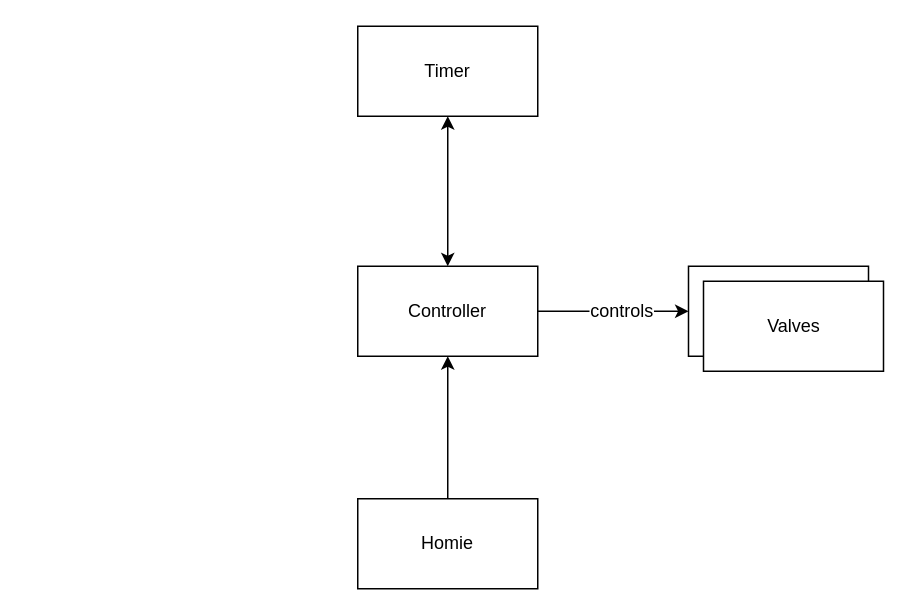
Earlier version of the draw.io diagram drawio/system.drawio (lutzb91/espirrigation). Source tidied: cells renumbered, new cells numbered last; positions are measured from the earlier drawing's top-left corner, leaving out a move shared by most shapes. Both pictures are drawn from the tidied source at 150%, with x=0, y=0 at pixel (357, 26).
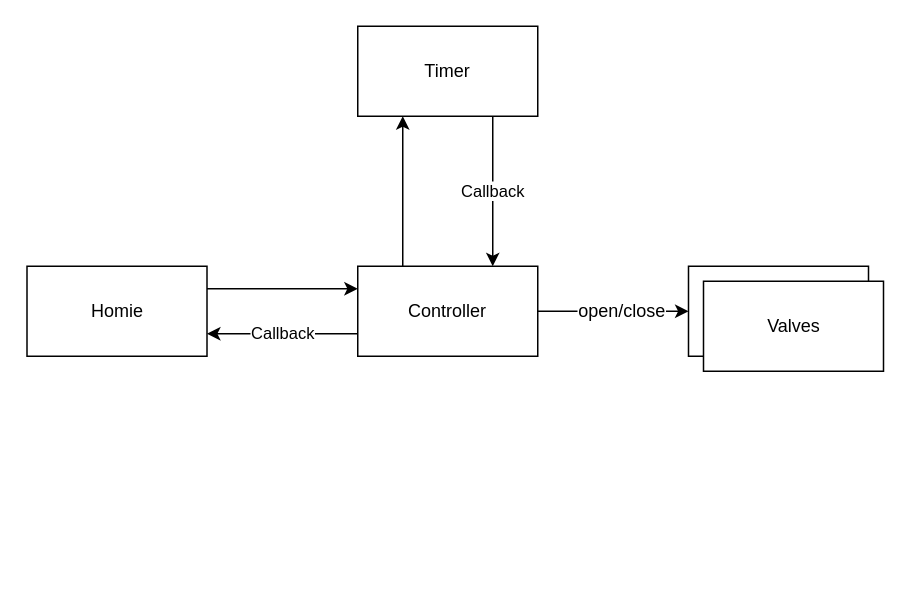
The same page after the edit.

Diff of the diagram source:
```diff
@@
 <mxGraphModel>
   <root>
     <mxCell id="0" />
     <mxCell id="1" parent="0" />
     <mxCell id="2" style="group;" parent="1" vertex="1">
       <mxGeometry x="220.5" y="160" width="130" height="70" as="geometry" />
     </mxCell>
     <mxCell id="3" value="Valves" style="rounded=0;whiteSpace=wrap;html=1;" parent="2" vertex="1">
       <mxGeometry width="120" height="60" as="geometry" />
     </mxCell>
     <mxCell id="4" value="Valves" style="rounded=0;whiteSpace=wrap;html=1;" parent="2" vertex="1">
       <mxGeometry x="10" y="10" width="120" height="60" as="geometry" />
     </mxCell>
     <mxCell id="5" style="rounded=0;jettySize=auto;html=1;entryX=0;entryY=0.5;entryDx=0;entryDy=0;" parent="1" edge="1" source="8" target="3">
       <mxGeometry relative="1" as="geometry" />
     </mxCell>
-    <mxCell id="6" value="controls&lt;br&gt;" style="text;html=1;align=center;verticalAlign=middle;labelBackgroundColor=#ffffff;" parent="5" vertex="1">
+    <mxCell id="6" value="open/close&lt;br&gt;" style="text;html=1;align=center;verticalAlign=middle;labelBackgroundColor=#ffffff;" parent="5" vertex="1">
       <mxGeometry x="0.1" y="1" relative="1" as="geometry" />
     </mxCell>
-    <mxCell id="7" style="edgeStyle=none;rounded=0;jettySize=auto;html=1;exitX=0.5;exitY=0;exitDx=0;exitDy=0;entryX=0.5;entryY=1;entryDx=0;entryDy=0;startArrow=classic;startFill=1;" parent="1" edge="1" source="8" target="11">
+    <mxCell id="7" style="edgeStyle=orthogonalEdgeStyle;rounded=0;jettySize=auto;html=1;exitX=0.25;exitY=0;exitDx=0;exitDy=0;entryX=0.25;entryY=1;entryDx=0;entryDy=0;startArrow=none;startFill=0;" parent="1" edge="1" source="8" target="11">
       <mxGeometry relative="1" as="geometry" />
     </mxCell>
+    <mxCell id="12" value="Callback" style="edgeStyle=orthogonalEdgeStyle;rounded=0;jettySize=auto;html=1;exitX=0;exitY=0.75;exitDx=0;exitDy=0;entryX=1;entryY=0.75;entryDx=0;entryDy=0;startArrow=none;startFill=0;" parent="1" edge="1" source="8" target="10">
+      <mxGeometry relative="1" as="geometry" />
+    </mxCell>
     <mxCell id="8" value="Controller&lt;br&gt;" style="rounded=0;whiteSpace=wrap;html=1;" parent="1" vertex="1">
       <mxGeometry y="160" width="120" height="60" as="geometry" />
     </mxCell>
+    <mxCell id="13" value="Callback" style="edgeStyle=orthogonalEdgeStyle;rounded=0;jettySize=auto;html=1;exitX=0.75;exitY=1;exitDx=0;exitDy=0;entryX=0.75;entryY=0;entryDx=0;entryDy=0;startArrow=none;startFill=0;" parent="1" edge="1" source="11" target="8">
+      <mxGeometry relative="1" as="geometry" />
+    </mxCell>
+    <mxCell id="11" value="Timer&lt;br&gt;" style="rounded=0;whiteSpace=wrap;html=1;" parent="1" vertex="1">
+      <mxGeometry width="120" height="60" as="geometry" />
+    </mxCell>
-    <mxCell id="9" style="edgeStyle=none;rounded=0;jettySize=auto;html=1;exitX=0.5;exitY=0;exitDx=0;exitDy=0;entryX=0.5;entryY=1;entryDx=0;entryDy=0;" parent="1" edge="1" source="10" target="8">
+    <mxCell id="9" style="edgeStyle=orthogonalEdgeStyle;rounded=0;jettySize=auto;html=1;exitX=1;exitY=0.25;exitDx=0;exitDy=0;entryX=0;entryY=0.25;entryDx=0;entryDy=0;startArrow=none;startFill=0;" parent="1" edge="1" source="10" target="8">
       <mxGeometry relative="1" as="geometry" />
     </mxCell>
     <mxCell id="10" value="Homie&lt;br&gt;" style="rounded=0;whiteSpace=wrap;html=1;" parent="1" vertex="1">
-      <mxGeometry y="315" width="120" height="60" as="geometry" />
+      <mxGeometry x="-220.5" y="160" width="120" height="60" as="geometry" />
     </mxCell>
-    <mxCell id="11" value="Timer&lt;br&gt;" style="rounded=0;whiteSpace=wrap;html=1;" parent="1" vertex="1">
-      <mxGeometry width="120" height="60" as="geometry" />
-    </mxCell>
   </root>
 </mxGraphModel>
```
